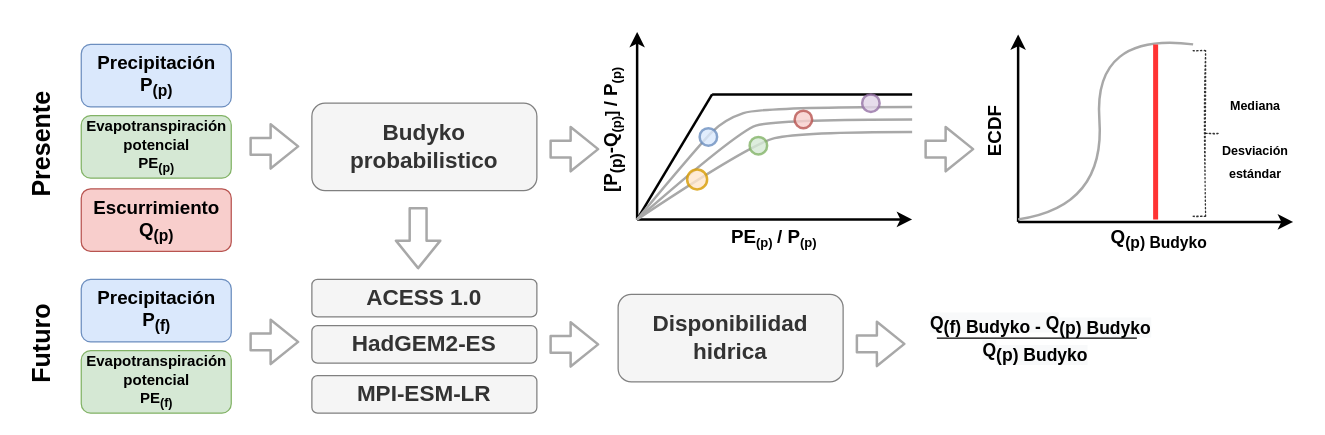
This is sns_wa_atlas_workflow.drawio from adrHuerta/diagrams, a draw.io file, before an edit. Source tidied: cells renumbered, new cells numbered last; positions are measured from the earlier drawing's top-left corner, leaving out a move shared by most shapes. Both pictures are drawn from the tidied source at 125%, with x=0, y=0 at pixel (-29, 31).
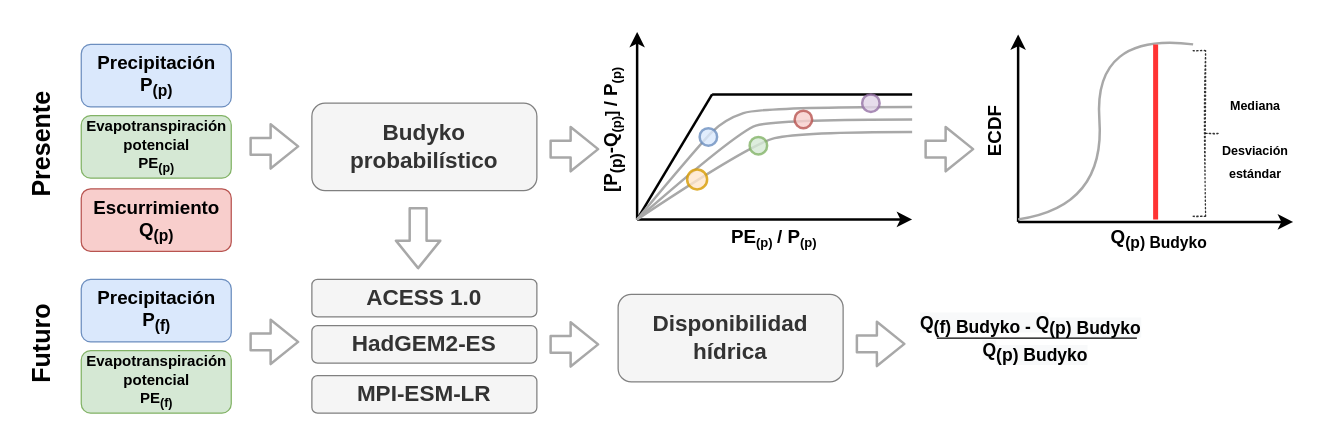
The same diagram, later.

The edit, as a diff of the source:
```diff
@@
-    <mxCell id="7" value="Budyko probabilistico" style="rounded=1;whiteSpace=wrap;html=1;fontStyle=1;fontSize=18;labelBackgroundColor=none;labelBorderColor=none;fillColor=#f5f5f5;strokeColor=#808080;fontColor=#333333;shadow=0;glass=0;rotation=0;" parent="1" vertex="1">
+    <mxCell id="7" value="Budyko probabilístico" style="rounded=1;whiteSpace=wrap;html=1;fontStyle=1;fontSize=18;labelBackgroundColor=none;labelBorderColor=none;fillColor=#f5f5f5;strokeColor=#808080;fontColor=#333333;shadow=0;glass=0;rotation=0;" parent="1" vertex="1">
       <mxGeometry x="272" y="57" width="180" height="70" as="geometry" />
     </mxCell>
@@
     <mxCell id="25" value="&lt;span style=&quot;color: rgb(0, 0, 0); font-family: helvetica; font-size: 14px; font-style: normal; font-weight: 700; letter-spacing: normal; text-align: center; text-indent: 0px; text-transform: none; word-spacing: 0px; background-color: rgb(248, 249, 250); display: inline; float: none;&quot;&gt;Q&lt;sub style=&quot;font-size: 14px;&quot;&gt;(f) Budyko -&amp;nbsp;&lt;/sub&gt;Q&lt;/span&gt;&lt;sub style=&quot;color: rgb(0, 0, 0); font-family: helvetica; font-style: normal; font-weight: 700; letter-spacing: normal; text-align: center; text-indent: 0px; text-transform: none; word-spacing: 0px; background-color: rgb(248, 249, 250); font-size: 14px;&quot;&gt;&lt;font style=&quot;font-size: 14px;&quot;&gt;(p) Budyko&lt;/font&gt;&lt;br style=&quot;font-size: 14px;&quot;&gt;&lt;div style=&quot;text-align: center; font-size: 14px;&quot;&gt;&lt;br style=&quot;font-size: 14px;&quot;&gt;&lt;/div&gt;&lt;/sub&gt;" style="text;whiteSpace=wrap;html=1;fontSize=14;" parent="1" vertex="1">
-      <mxGeometry x="765" y="218" width="185" height="30" as="geometry" />
+      <mxGeometry x="757.2" y="218" width="185" height="30" as="geometry" />
     </mxCell>
@@
-    <mxCell id="44" value="Disponibilidad hidrica" style="rounded=1;whiteSpace=wrap;html=1;fontStyle=1;fontSize=18;labelBackgroundColor=none;labelBorderColor=none;fillColor=#f5f5f5;strokeColor=#808080;fontColor=#333333;shadow=0;glass=0;rotation=0;" parent="1" vertex="1">
+    <mxCell id="44" value="Disponibilidad hídrica" style="rounded=1;whiteSpace=wrap;html=1;fontStyle=1;fontSize=18;labelBackgroundColor=none;labelBorderColor=none;fillColor=#f5f5f5;strokeColor=#808080;fontColor=#333333;shadow=0;glass=0;rotation=0;" parent="1" vertex="1">
       <mxGeometry x="517" y="210" width="180" height="70" as="geometry" />
     </mxCell>
```
